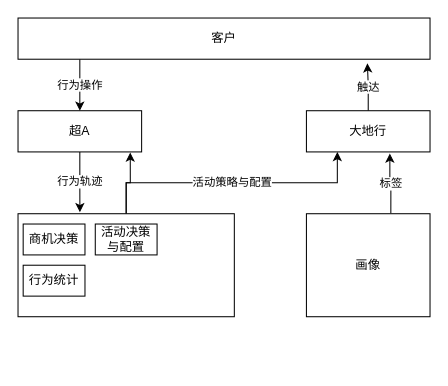
Earlier version of the draw.io diagram 互动.drawio (loc1129/uml). Source tidied: cells renumbered, new cells numbered last; positions are measured from the earlier drawing's top-left corner, leaving out a move shared by most shapes. Both pictures are drawn from the tidied source at 103%, with x=0, y=0 at pixel (18, 18).
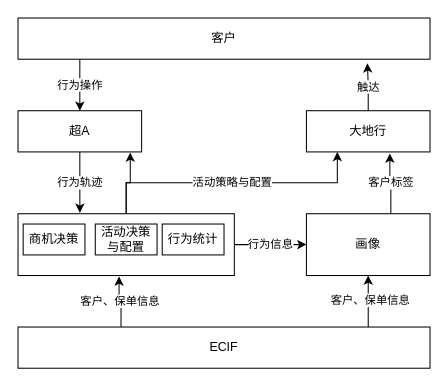
After the change.

The change refers to these unchanged cells:
```xml
<mxCell id="5" value="大地行" style="rounded=0;whiteSpace=wrap;html=1;" parent="1" vertex="1">
  <mxGeometry x="280" y="90" width="120" height="40" as="geometry" />
</mxCell>
```

What changed in the source:
```diff
@@
+    <mxCell id="17" value="行为信息" style="edgeStyle=orthogonalEdgeStyle;rounded=0;jettySize=auto;html=1;exitX=1;exitY=0.5;exitDx=0;exitDy=0;entryX=0;entryY=0.5;entryDx=0;entryDy=0;" parent="1" edge="1" source="11" target="16">
+      <mxGeometry relative="1" as="geometry" />
+    </mxCell>
     <mxCell id="11" style="rounded=0;whiteSpace=wrap;html=1;" parent="1" vertex="1">
-      <mxGeometry y="190" width="210" height="100" as="geometry" />
+      <mxGeometry y="190" width="210" height="60" as="geometry" />
     </mxCell>
@@
     <mxCell id="14" value="行为统计" style="rounded=0;whiteSpace=wrap;html=1;" parent="1" vertex="1">
-      <mxGeometry x="5" y="240" width="60" height="30" as="geometry" />
+      <mxGeometry x="140" y="200" width="60" height="30" as="geometry" />
     </mxCell>
-    <mxCell id="15" value="标签" style="edgeStyle=orthogonalEdgeStyle;rounded=0;jettySize=auto;html=1;exitX=0.683;exitY=-0.005;exitDx=0;exitDy=0;entryX=0.675;entryY=1.038;entryDx=0;entryDy=0;entryPerimeter=0;exitPerimeter=0;" parent="1" edge="1" source="16" target="5">
+    <mxCell id="15" value="客户标签" style="edgeStyle=orthogonalEdgeStyle;rounded=0;jettySize=auto;html=1;exitX=0.683;exitY=-0.005;exitDx=0;exitDy=0;entryX=0.675;entryY=1.038;entryDx=0;entryDy=0;entryPerimeter=0;exitPerimeter=0;" parent="1" edge="1" source="16" target="5">
       <mxGeometry relative="1" as="geometry" />
     </mxCell>
     <mxCell id="16" value="画像" style="rounded=0;whiteSpace=wrap;html=1;" parent="1" vertex="1">
-      <mxGeometry x="280" y="190" width="120" height="100" as="geometry" />
+      <mxGeometry x="280" y="190" width="120" height="60" as="geometry" />
     </mxCell>
+    <mxCell id="18" value="客户、保单信息" style="edgeStyle=orthogonalEdgeStyle;rounded=0;jettySize=auto;html=1;exitX=0.25;exitY=0;exitDx=0;exitDy=0;entryX=0.467;entryY=1.015;entryDx=0;entryDy=0;entryPerimeter=0;" parent="1" edge="1" source="21" target="11">
+      <mxGeometry relative="1" as="geometry" />
+    </mxCell>
+    <mxCell id="19" style="edgeStyle=orthogonalEdgeStyle;rounded=0;jettySize=auto;html=1;entryX=0.5;entryY=1;entryDx=0;entryDy=0;exitX=0.85;exitY=0;exitDx=0;exitDy=0;exitPerimeter=0;" parent="1" edge="1" source="21" target="16">
+      <mxGeometry relative="1" as="geometry" />
+    </mxCell>
+    <mxCell id="20" value="客户、保单信息" style="edgeLabel;html=1;align=center;verticalAlign=middle;" parent="19" vertex="1">
+      <mxGeometry x="0.1" y="-1" relative="1" as="geometry">
+        <mxPoint y="1" as="offset" />
+      </mxGeometry>
+    </mxCell>
+    <mxCell id="21" value="ECIF" style="rounded=0;whiteSpace=wrap;html=1;" parent="1" vertex="1">
+      <mxGeometry y="300" width="400" height="40" as="geometry" />
+    </mxCell>
+    <mxCell id="22" style="edgeStyle=orthogonalEdgeStyle;rounded=0;orthogonalLoop=1;jettySize=auto;html=1;exitX=0.5;exitY=1;exitDx=0;exitDy=0;" parent="1" edge="1" source="11" target="11">
+      <mxGeometry relative="1" as="geometry" />
+    </mxCell>
```
